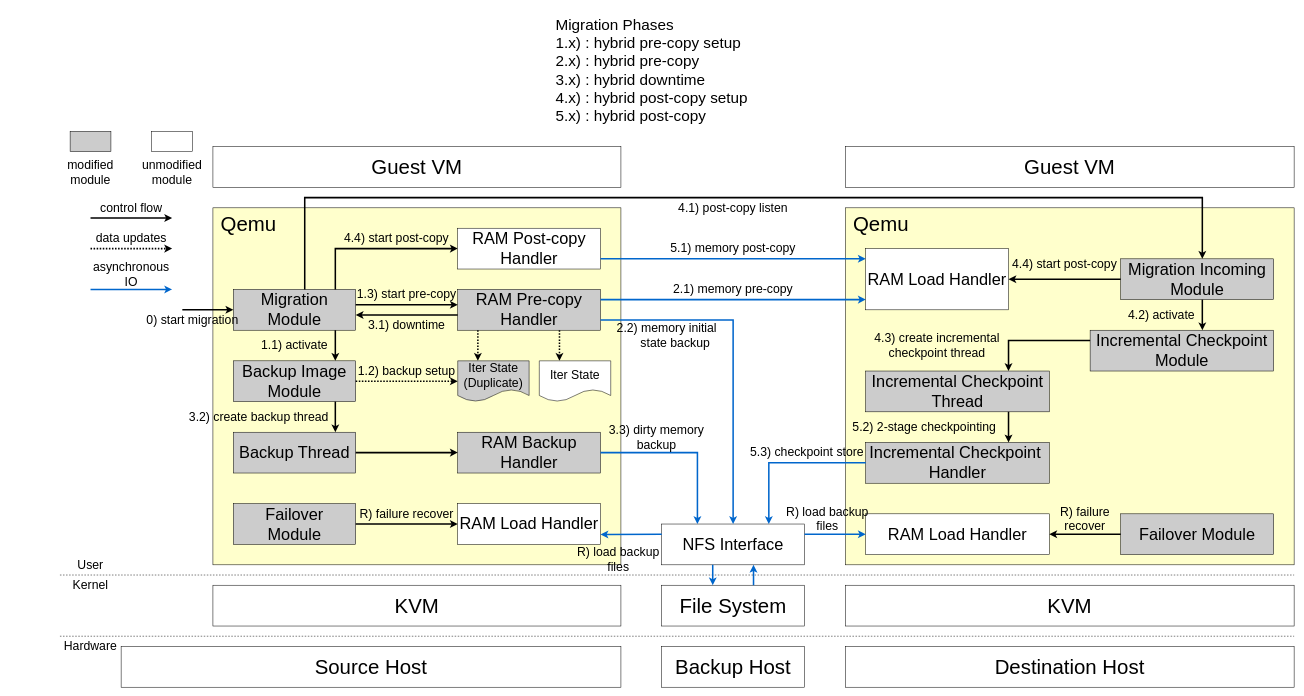
Above: final/architecture 2.drawio in xuyizhe1999/drawio (draw.io), before the change. Source tidied: cells renumbered, new cells numbered last; positions are measured from the earlier drawing's top-left corner, leaving out a move shared by most shapes. Both pictures are drawn from the tidied source at 51%, with x=0, y=0 at pixel (60, 9).
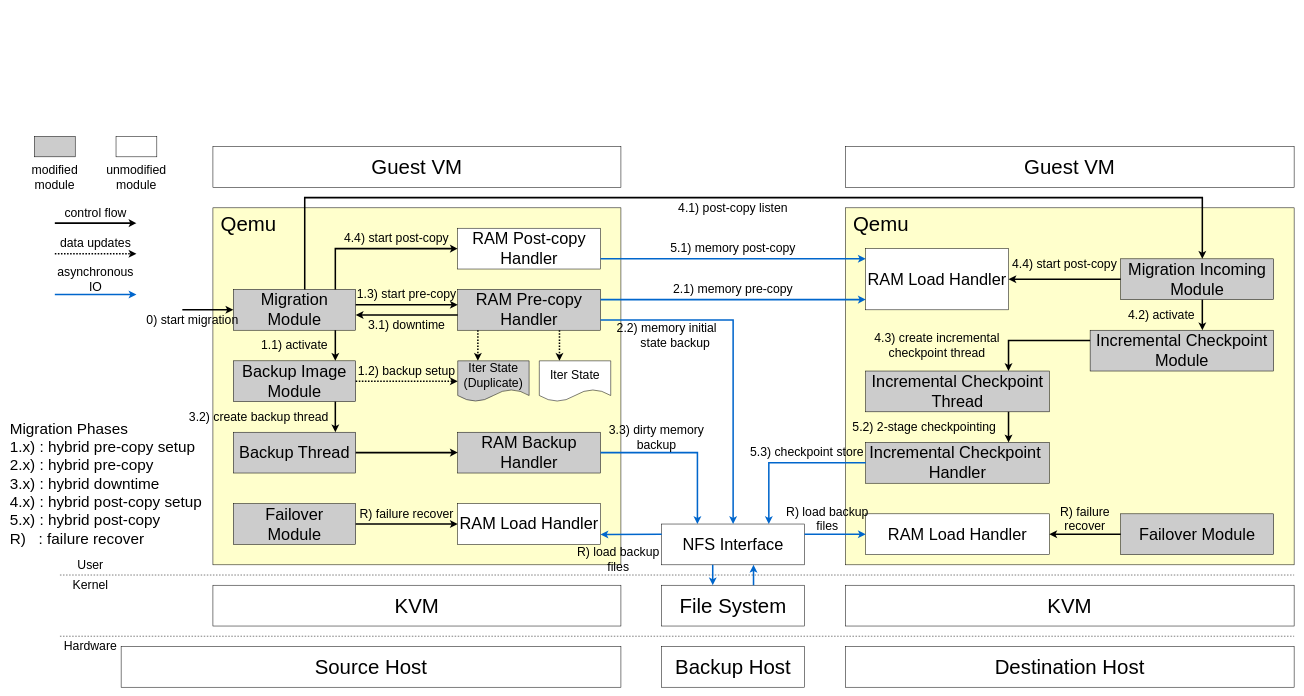
The same diagram, later.

The edit, as a diff of the source:
```diff
@@
     <mxCell id="10" style="endArrow=classic;html=1;rounded=0;strokeWidth=3;" parent="1" edge="1">
       <mxGeometry relative="1" as="geometry">
-        <mxPoint x="60" y="410" as="sourcePoint" />
-        <mxPoint x="220" y="410" as="targetPoint" />
+        <mxPoint x="-10" y="420" as="sourcePoint" />
+        <mxPoint x="150" y="420" as="targetPoint" />
       </mxGeometry>
     </mxCell>
     <mxCell id="11" style="endArrow=classic;html=1;rounded=0;strokeWidth=3;strokeColor=#0066CC;" parent="1" edge="1">
       <mxGeometry relative="1" as="geometry">
-        <mxPoint x="60" y="550" as="sourcePoint" />
-        <mxPoint x="220" y="550" as="targetPoint" />
+        <mxPoint x="-10" y="560" as="sourcePoint" />
+        <mxPoint x="150" y="560" as="targetPoint" />
       </mxGeometry>
     </mxCell>
@@
     <mxCell id="17" value="&lt;font style=&quot;font-size: 24px;&quot;&gt;control flow&lt;/font&gt;" style="text;html=1;strokeColor=none;fillColor=none;align=center;verticalAlign=middle;whiteSpace=wrap;rounded=0;" parent="1" vertex="1">
-      <mxGeometry x="60" y="370" width="160" height="40" as="geometry" />
+      <mxGeometry x="-10" y="380" width="160" height="40" as="geometry" />
     </mxCell>
@@
     <mxCell id="24" style="endArrow=classic;html=1;rounded=0;strokeWidth=3;dashed=1;dashPattern=1 1;" parent="1" edge="1">
       <mxGeometry relative="1" as="geometry">
-        <mxPoint x="60" y="470" as="sourcePoint" />
-        <mxPoint x="220" y="470" as="targetPoint" />
+        <mxPoint x="-10" y="480" as="sourcePoint" />
+        <mxPoint x="150" y="480" as="targetPoint" />
       </mxGeometry>
     </mxCell>
     <mxCell id="25" value="&lt;font style=&quot;font-size: 24px;&quot;&gt;data updates&lt;/font&gt;" style="text;html=1;strokeColor=none;fillColor=none;align=center;verticalAlign=middle;whiteSpace=wrap;rounded=0;" parent="1" vertex="1">
-      <mxGeometry x="60" y="430" width="160" height="40" as="geometry" />
+      <mxGeometry x="-10" y="440" width="160" height="40" as="geometry" />
     </mxCell>
@@
     <mxCell id="29" value="&lt;font style=&quot;font-size: 24px;&quot;&gt;asynchronous IO&lt;/font&gt;" style="text;html=1;strokeColor=none;fillColor=none;align=center;verticalAlign=middle;whiteSpace=wrap;rounded=0;" parent="1" vertex="1">
-      <mxGeometry x="60" y="490" width="160" height="60" as="geometry" />
+      <mxGeometry x="-10" y="500" width="160" height="60" as="geometry" />
     </mxCell>
@@
     <mxCell id="75" style="rounded=0;whiteSpace=wrap;html=1;" parent="1" vertex="1">
-      <mxGeometry x="180" y="240" width="80" height="40" as="geometry" />
+      <mxGeometry x="110" y="250" width="80" height="40" as="geometry" />
     </mxCell>
     <mxCell id="76" value="&lt;font style=&quot;font-size: 24px;&quot;&gt;unmodified module&lt;/font&gt;" style="text;html=1;strokeColor=none;fillColor=none;align=center;verticalAlign=middle;whiteSpace=wrap;rounded=0;" parent="1" vertex="1">
-      <mxGeometry x="160" y="290" width="120" height="60" as="geometry" />
+      <mxGeometry x="90" y="300" width="120" height="60" as="geometry" />
     </mxCell>
     <mxCell id="77" style="rounded=0;whiteSpace=wrap;html=1;fillColor=#CCCCCC;" parent="1" vertex="1">
-      <mxGeometry x="20" y="240" width="80" height="40" as="geometry" />
+      <mxGeometry x="-50" y="250" width="80" height="40" as="geometry" />
     </mxCell>
     <mxCell id="78" value="&lt;font style=&quot;font-size: 24px;&quot;&gt;modified module&lt;/font&gt;" style="text;html=1;strokeColor=none;fillColor=none;align=center;verticalAlign=middle;whiteSpace=wrap;rounded=0;" parent="1" vertex="1">
-      <mxGeometry y="290" width="120" height="60" as="geometry" />
+      <mxGeometry x="-70" y="300" width="120" height="60" as="geometry" />
     </mxCell>
-    <mxCell id="79" value="&lt;font style=&quot;font-size: 30px;&quot;&gt;Migration Phases&lt;br&gt;1.x) : hybrid pre-copy setup&lt;br&gt;2.x) : hybrid pre-copy&lt;br&gt;3.x) : hybrid downtime&lt;br&gt;4.x) : hybrid post-copy setup&lt;br&gt;5.x) : hybrid post-copy&amp;nbsp;&lt;/font&gt;" style="text;html=1;strokeColor=none;fillColor=none;align=left;verticalAlign=middle;whiteSpace=wrap;rounded=0;" parent="1" vertex="1">
-      <mxGeometry x="970" width="380" height="240" as="geometry" />
+    <mxCell id="79" value="&lt;font style=&quot;font-size: 30px;&quot;&gt;Migration Phases&lt;br&gt;1.x) : hybrid pre-copy setup&lt;br&gt;2.x) : hybrid pre-copy&lt;br&gt;3.x) : hybrid downtime&lt;br&gt;4.x) : hybrid post-copy setup&lt;br&gt;5.x) : hybrid post-copy&lt;br&gt;R)&amp;nbsp; &amp;nbsp;: failure recover&lt;br&gt;&lt;/font&gt;" style="text;html=1;strokeColor=none;fillColor=none;align=left;verticalAlign=middle;whiteSpace=wrap;rounded=0;" parent="1" vertex="1">
+      <mxGeometry x="-100" y="810" width="380" height="240" as="geometry" />
     </mxCell>
```
